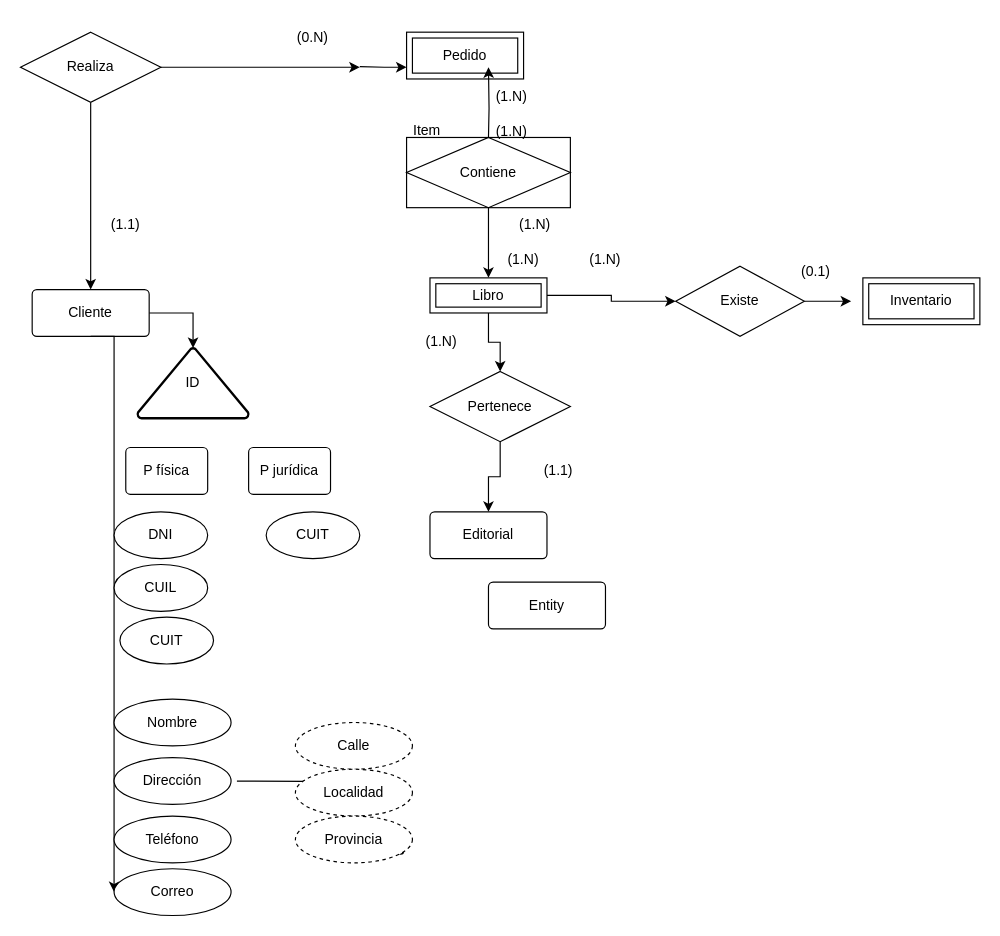
This is db/modelo.drawio from Sergio-Tolaba/ds_ej, a draw.io file, before an edit. Source tidied: cells renumbered, new cells numbered last; positions are measured from the earlier drawing's top-left corner, leaving out a move shared by most shapes. Both pictures are drawn from the tidied source at 117%, with x=0, y=0 at pixel (20, 20).
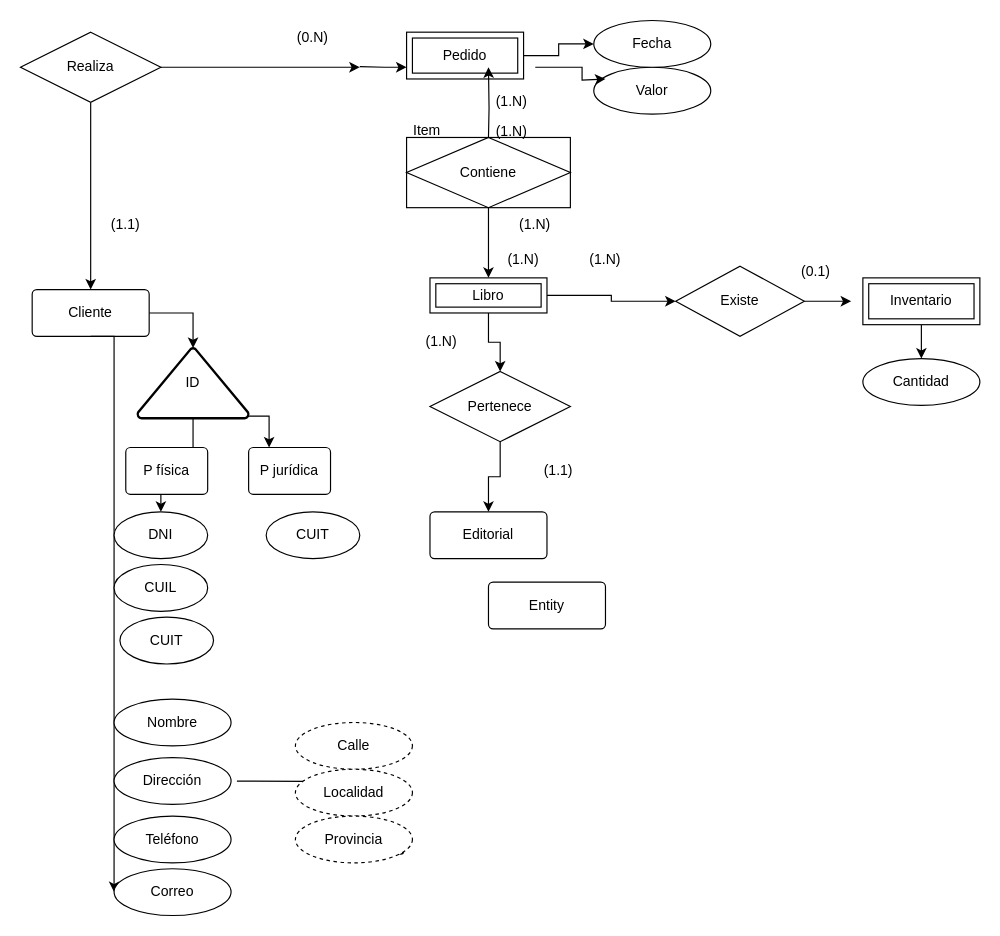
Above is the later version.

Commit message:
Pedido Atributos Fecha y Valor. Inventario:cantidad modelo.drawio

The change refers to these unchanged cells:
```xml
<mxCell id="5" value="Pedido" style="shape=ext;margin=3;double=1;whiteSpace=wrap;html=1;align=center;" parent="1" vertex="1">
  <mxGeometry x="330" y="10" width="100" height="40" as="geometry" />
</mxCell>
<mxCell id="9" value="Inventario" style="shape=ext;margin=3;double=1;whiteSpace=wrap;html=1;align=center;" parent="1" vertex="1">
  <mxGeometry x="720" y="220" width="100" height="40" as="geometry" />
</mxCell>
<mxCell id="43" value="ID" style="strokeWidth=2;html=1;shape=mxgraph.flowchart.extract_or_measurement;whiteSpace=wrap;" parent="1" vertex="1">
  <mxGeometry x="100" y="280" width="95" height="60" as="geometry" />
</mxCell>
<mxCell id="46" value="P jurídica" style="rounded=1;arcSize=10;whiteSpace=wrap;html=1;align=center;" parent="1" vertex="1">
  <mxGeometry x="195" y="365" width="70" height="40" as="geometry" />
</mxCell>
<mxCell id="47" value="DNI" style="ellipse;whiteSpace=wrap;html=1;align=center;" parent="1" vertex="1">
  <mxGeometry x="80" y="420" width="80" height="40" as="geometry" />
</mxCell>
```

The edit, as a diff of the source:
```diff
@@
+    <mxCell id="51" style="edgeStyle=orthogonalEdgeStyle;rounded=0;jettySize=auto;html=1;entryX=0;entryY=0.5;entryDx=0;entryDy=0;" parent="1" edge="1" source="5" target="57">
+      <mxGeometry relative="1" as="geometry" />
+    </mxCell>
@@
+    <mxCell id="52" style="edgeStyle=orthogonalEdgeStyle;rounded=0;jettySize=auto;html=1;" parent="1" edge="1" source="9" target="55">
+      <mxGeometry relative="1" as="geometry" />
+    </mxCell>
@@
     <mxCell id="18" value="(1.N)" style="text;html=1;align=center;verticalAlign=middle;whiteSpace=wrap;rounded=0;" parent="1" vertex="1">
-      <mxGeometry x="390" y="50" width="60" height="30" as="geometry" />
+      <mxGeometry x="390" y="60" width="60" height="20" as="geometry" />
     </mxCell>
@@
+    <mxCell id="53" style="edgeStyle=orthogonalEdgeStyle;rounded=0;jettySize=auto;html=1;" parent="1" edge="1" source="43" target="47">
+      <mxGeometry relative="1" as="geometry" />
+    </mxCell>
+    <mxCell id="54" style="edgeStyle=orthogonalEdgeStyle;rounded=0;jettySize=auto;html=1;exitX=0.99;exitY=0.97;exitDx=0;exitDy=0;exitPerimeter=0;entryX=0.25;entryY=0;entryDx=0;entryDy=0;" parent="1" edge="1" source="43" target="46">
+      <mxGeometry relative="1" as="geometry" />
+    </mxCell>
@@
+    <mxCell id="55" value="Cantidad" style="ellipse;whiteSpace=wrap;html=1;align=center;" parent="1" vertex="1">
+      <mxGeometry x="720" y="289" width="100" height="40" as="geometry" />
+    </mxCell>
+    <mxCell id="56" value="Valor" style="ellipse;whiteSpace=wrap;html=1;align=center;" parent="1" vertex="1">
+      <mxGeometry x="490" y="40" width="100" height="40" as="geometry" />
+    </mxCell>
+    <mxCell id="57" value="Fecha" style="ellipse;whiteSpace=wrap;html=1;align=center;" parent="1" vertex="1">
+      <mxGeometry x="490" width="100" height="40" as="geometry" />
+    </mxCell>
+    <mxCell id="58" style="edgeStyle=orthogonalEdgeStyle;rounded=0;orthogonalLoop=1;jettySize=auto;html=1;" parent="1" edge="1">
+      <mxGeometry relative="1" as="geometry">
+        <mxPoint x="440" y="40" as="sourcePoint" />
+        <mxPoint x="500" y="50" as="targetPoint" />
+        <Array as="points">
+          <mxPoint x="480" y="40" />
+          <mxPoint x="480" y="51" />
+          <mxPoint x="500" y="51" />
+        </Array>
+      </mxGeometry>
+    </mxCell>
```
